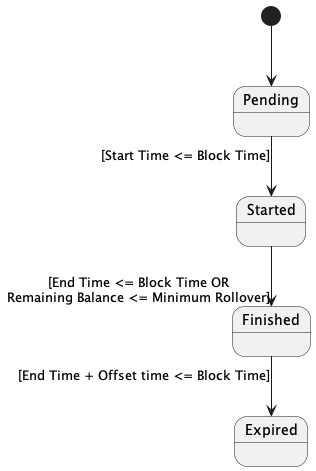
Before: x/reward/spec/diagrams/reward-program/RewardProgram.png, a diagram exported from PlantUML (provenance-io/provenance).
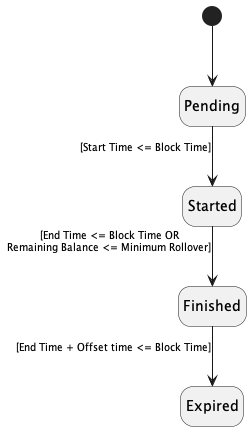
The same file after the commit.

Change to the diagram source:
```diff
@@ -1,17 +1,12 @@
 @startuml RewardProgram
 <style>
-diagram {
     arrow {
         FontSize 10
     }
-    :depth(1) {
-        LineColor: red
-    }
-}
-
 </style>
 skinparam linetype ortho
 skinparam SequenceMessageAlign center
+hide empty description
 
 state Pending
 state Started
```
